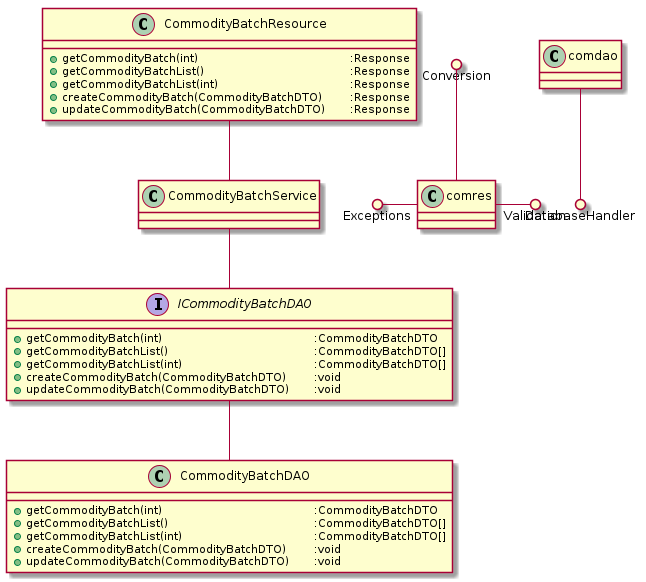
The PlantUML diagram UML/class/delt/commoditybatch.png in GRP25/CDIO_Final, before a commit.
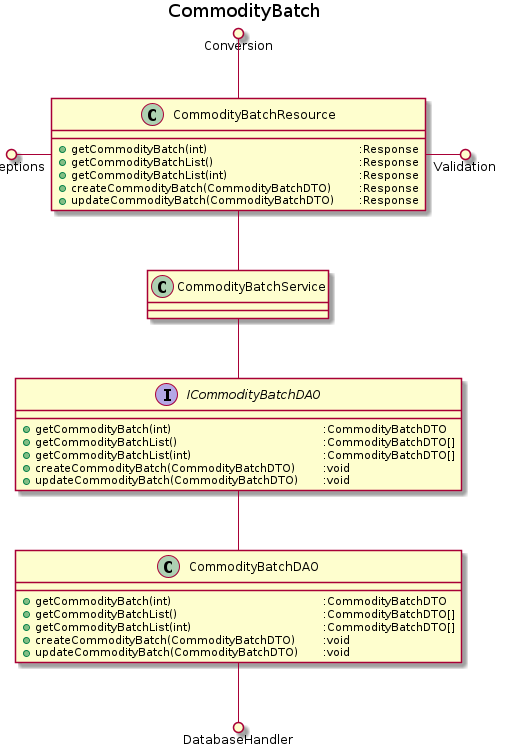
After the commit.

Diff of the diagram source:
```diff
@@ -1,4 +1,5 @@
 @startuml
+title CommodityBatch
 class "CommodityBatchResource" as cobres {
     + getCommodityBatch(int)\t\t\t\t\t:Response
     + getCommodityBatchList()\t\t\t\t\t:Response
@@ -25,8 +26,8 @@
 icobdao -d- cobdao
 icobdao -u- cobser
 cobres -d- cobser
-comdao --() DatabaseHandler
-comres -() Validation
-Exceptions ()- comres
-Conversion ()-- comres
+cobdao --() DatabaseHandler
+cobres -() Validation
+Exceptions ()- cobres
+Conversion ()-- cobres
 @enduml
```
